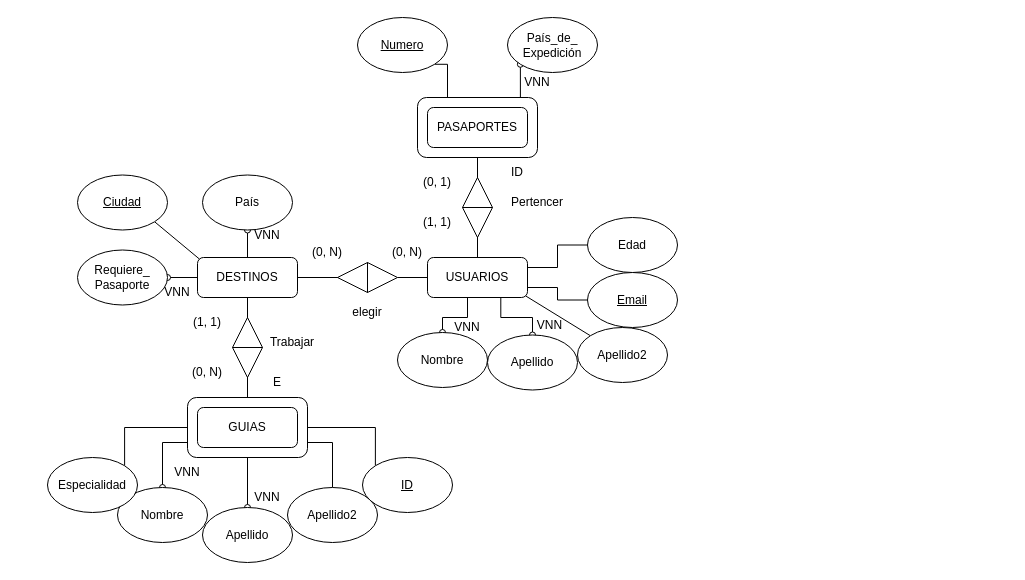
Above: Esquema_ER_viajes.drawio in josemunozIES/Proyecto-Intermodular (draw.io), before the change. Source tidied: cells renumbered, new cells numbered last; positions are measured from the earlier drawing's top-left corner, leaving out a move shared by most shapes. Both pictures are drawn from the tidied source at 100%, with x=0, y=0 at pixel (47, 17).
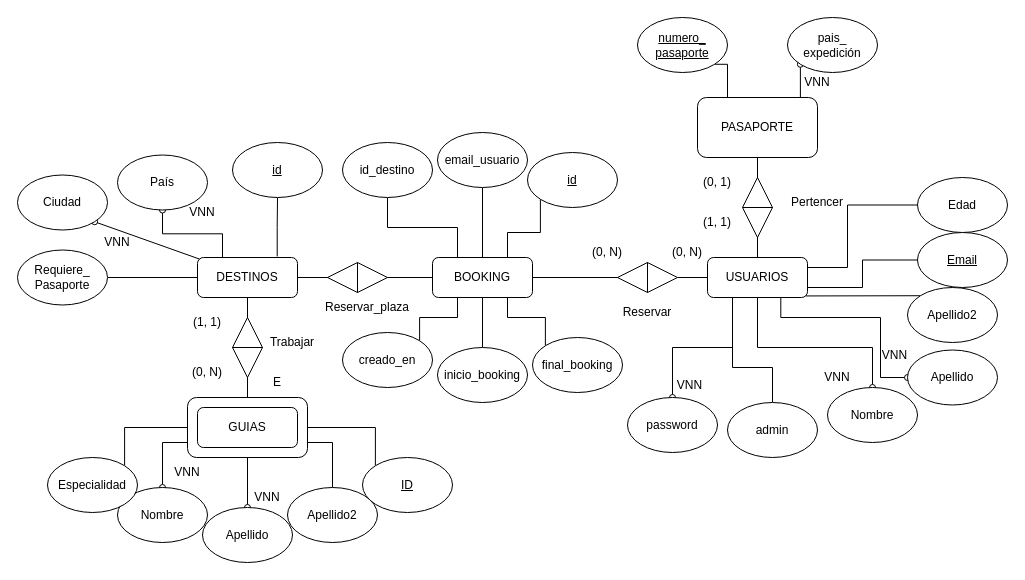
Above is the later version.

The change refers to these unchanged cells:
```xml
<mxCell id="9" value="DESTINOS" style="rounded=1;whiteSpace=wrap;html=1;" parent="1" vertex="1">
  <mxGeometry x="150" y="240" width="100" height="40" as="geometry" />
</mxCell>
```

Change to the diagram source:
```diff
@@
-    <mxCell id="3" style="rounded=1;whiteSpace=wrap;html=1;" parent="1" vertex="1">
-      <mxGeometry x="370" y="80" width="120" height="60" as="geometry" />
+    <mxCell id="3" value="PASAPORTE" style="rounded=1;whiteSpace=wrap;html=1;" parent="1" vertex="1">
+      <mxGeometry x="650" y="80" width="120" height="60" as="geometry" />
     </mxCell>
+    <mxCell id="66" style="edgeStyle=orthogonalEdgeStyle;rounded=0;jettySize=auto;html=1;exitX=0.25;exitY=1;exitDx=0;exitDy=0;entryX=0.5;entryY=0;entryDx=0;entryDy=0;endArrow=none;startFill=0;" parent="1" edge="1" source="4" target="87">
+      <mxGeometry relative="1" as="geometry">
+        <Array as="points">
+          <mxPoint x="685" y="350" />
+          <mxPoint x="725" y="350" />
+        </Array>
+      </mxGeometry>
+    </mxCell>
+    <mxCell id="67" style="edgeStyle=orthogonalEdgeStyle;rounded=0;jettySize=auto;html=1;exitX=0.25;exitY=1;exitDx=0;exitDy=0;entryX=0.5;entryY=0;entryDx=0;entryDy=0;endArrow=oval;endFill=0;" parent="1" edge="1" source="4" target="88">
+      <mxGeometry relative="1" as="geometry" />
+    </mxCell>
     <mxCell id="4" value="USUARIOS" style="rounded=1;whiteSpace=wrap;html=1;" parent="1" vertex="1">
-      <mxGeometry x="380" y="240" width="100" height="40" as="geometry" />
+      <mxGeometry x="660" y="240" width="100" height="40" as="geometry" />
     </mxCell>
@@
-    <mxCell id="6" value="PASAPORTES" style="rounded=1;whiteSpace=wrap;html=1;" parent="1" vertex="1">
-      <mxGeometry x="380" y="90" width="100" height="40" as="geometry" />
-    </mxCell>
@@
+    <mxCell id="68" style="edgeStyle=orthogonalEdgeStyle;rounded=0;jettySize=auto;html=1;exitX=1;exitY=0.5;exitDx=0;exitDy=0;entryX=0;entryY=0.5;entryDx=0;entryDy=0;endArrow=none;startFill=0;" parent="1" edge="1" source="9" target="73">
+      <mxGeometry relative="1" as="geometry" />
+    </mxCell>
+    <mxCell id="69" style="edgeStyle=orthogonalEdgeStyle;rounded=0;jettySize=auto;html=1;exitX=0.797;exitY=-0.026;exitDx=0;exitDy=0;entryX=0.5;entryY=0;entryDx=0;entryDy=0;exitPerimeter=0;endArrow=none;startFill=0;" parent="1" edge="1" source="9" target="75">
+      <mxGeometry relative="1" as="geometry" />
+    </mxCell>
@@
-    <mxCell id="11" style="edgeStyle=orthogonalEdgeStyle;rounded=0;jettySize=auto;html=1;exitX=1;exitY=0.5;exitDx=0;exitDy=0;endArrow=none;startFill=0;" parent="1" edge="1" source="9" target="12">
+    <mxCell id="11" style="edgeStyle=orthogonalEdgeStyle;rounded=0;jettySize=auto;html=1;exitX=1;exitY=0.5;exitDx=0;exitDy=0;endArrow=none;startFill=0;" parent="1" edge="1" source="73" target="12">
       <mxGeometry relative="1" as="geometry" />
     </mxCell>
-    <mxCell id="12" style="triangle;whiteSpace=wrap;html=1;" parent="1" vertex="1">
-      <mxGeometry x="320" y="245" width="30" height="30" as="geometry" />
+    <mxCell id="12" style="triangle;whiteSpace=wrap;html=1;fillColor=light-dark(#FFFFFF,#FFFFFF);" parent="1" vertex="1">
+      <mxGeometry x="600" y="245" width="30" height="30" as="geometry" />
     </mxCell>
     <mxCell id="13" style="triangle;whiteSpace=wrap;html=1;rotation=-180;" parent="1" vertex="1">
-      <mxGeometry x="290" y="245" width="30" height="30" as="geometry" />
+      <mxGeometry x="570" y="245" width="30" height="30" as="geometry" />
     </mxCell>
     <mxCell id="14" style="triangle;whiteSpace=wrap;html=1;direction=south;fillColor=light-dark(#FFFFFF,#FFFFFF);" parent="1" vertex="1">
-      <mxGeometry x="415" y="190" width="30" height="30" as="geometry" />
+      <mxGeometry x="695" y="190" width="30" height="30" as="geometry" />
     </mxCell>
     <mxCell id="15" style="triangle;whiteSpace=wrap;html=1;rotation=-180;direction=south;fillColor=light-dark(#FFFFFF,#FFFFFF);" parent="1" vertex="1">
-      <mxGeometry x="415" y="160" width="30" height="30" as="geometry" />
+      <mxGeometry x="695" y="160" width="30" height="30" as="geometry" />
     </mxCell>
@@
-    <mxCell id="18" value="elegir" style="text;html=1;align=center;verticalAlign=middle;whiteSpace=wrap;rounded=0;" parent="1" vertex="1">
-      <mxGeometry x="290" y="280" width="60" height="30" as="geometry" />
+    <mxCell id="18" value="Reservar" style="text;html=1;align=center;verticalAlign=middle;whiteSpace=wrap;rounded=0;" parent="1" vertex="1">
+      <mxGeometry x="570" y="280" width="60" height="30" as="geometry" />
     </mxCell>
     <mxCell id="19" value="(0, N)" style="text;html=1;align=center;verticalAlign=middle;whiteSpace=wrap;rounded=0;" parent="1" vertex="1">
-      <mxGeometry x="250" y="220" width="60" height="30" as="geometry" />
+      <mxGeometry x="530" y="220" width="60" height="30" as="geometry" />
     </mxCell>
     <mxCell id="20" value="(0, N)" style="text;html=1;align=center;verticalAlign=middle;whiteSpace=wrap;rounded=0;" parent="1" vertex="1">
-      <mxGeometry x="330" y="220" width="60" height="30" as="geometry" />
+      <mxGeometry x="610" y="220" width="60" height="30" as="geometry" />
     </mxCell>
-    <mxCell id="21" value="ID" style="text;html=1;align=center;verticalAlign=middle;whiteSpace=wrap;rounded=0;" parent="1" vertex="1">
-      <mxGeometry x="440" y="140" width="60" height="30" as="geometry" />
-    </mxCell>
     <mxCell id="22" value="Pertencer" style="text;html=1;align=center;verticalAlign=middle;whiteSpace=wrap;rounded=0;" parent="1" vertex="1">
-      <mxGeometry x="460" y="170" width="60" height="30" as="geometry" />
+      <mxGeometry x="740" y="170" width="60" height="30" as="geometry" />
     </mxCell>
     <mxCell id="23" value="(0, 1)" style="text;html=1;align=center;verticalAlign=middle;whiteSpace=wrap;rounded=0;" parent="1" vertex="1">
-      <mxGeometry x="360" y="150" width="60" height="30" as="geometry" />
+      <mxGeometry x="640" y="150" width="60" height="30" as="geometry" />
     </mxCell>
     <mxCell id="24" value="(1, 1)" style="text;html=1;align=center;verticalAlign=middle;whiteSpace=wrap;rounded=0;" parent="1" vertex="1">
-      <mxGeometry x="360" y="190" width="60" height="30" as="geometry" />
+      <mxGeometry x="640" y="190" width="60" height="30" as="geometry" />
     </mxCell>
@@
-    <mxCell id="29" style="edgeStyle=orthogonalEdgeStyle;rounded=0;orthogonalLoop=1;jettySize=auto;html=1;exitX=0.5;exitY=0;exitDx=0;exitDy=0;endArrow=oval;startFill=0;endFill=0;" parent="1" edge="1">
+    <mxCell id="29" style="edgeStyle=orthogonalEdgeStyle;rounded=0;jettySize=auto;html=1;exitX=0.5;exitY=1;exitDx=0;exitDy=0;endArrow=oval;startFill=0;endFill=0;entryX=0.5;entryY=0;entryDx=0;entryDy=0;" parent="1" edge="1" source="4" target="30">
       <mxGeometry relative="1" as="geometry">
-        <mxPoint x="420" y="280" as="sourcePoint" />
-        <mxPoint x="395" y="315" as="targetPoint" />
         <Array as="points">
-          <mxPoint x="420" y="280" />
-          <mxPoint x="420" y="300" />
-          <mxPoint x="395" y="300" />
+          <mxPoint x="710" y="330" />
+          <mxPoint x="825" y="330" />
         </Array>
       </mxGeometry>
     </mxCell>
     <mxCell id="30" value="Nombre" style="ellipse;whiteSpace=wrap;html=1;" parent="1" vertex="1">
-      <mxGeometry x="350" y="315" width="90" height="55" as="geometry" />
+      <mxGeometry x="780" y="370" width="90" height="55" as="geometry" />
     </mxCell>
-    <mxCell id="31" style="edgeStyle=orthogonalEdgeStyle;rounded=0;jettySize=auto;html=1;exitX=0.733;exitY=1.006;exitDx=0;exitDy=0;entryX=0.5;entryY=0;entryDx=0;entryDy=0;endArrow=oval;startFill=0;endFill=0;exitPerimeter=0;" parent="1" edge="1" source="4" target="32">
+    <mxCell id="31" style="edgeStyle=orthogonalEdgeStyle;rounded=0;jettySize=auto;html=1;exitX=0.733;exitY=1.006;exitDx=0;exitDy=0;entryX=0;entryY=0.5;entryDx=0;entryDy=0;endArrow=oval;startFill=0;endFill=0;exitPerimeter=0;" parent="1" edge="1" source="4" target="32">
       <mxGeometry relative="1" as="geometry">
         <Array as="points">
-          <mxPoint x="453" y="300" />
-          <mxPoint x="485" y="300" />
+          <mxPoint x="733" y="300" />
+          <mxPoint x="833" y="300" />
+          <mxPoint x="833" y="360" />
+          <mxPoint x="860" y="360" />
         </Array>
       </mxGeometry>
     </mxCell>
     <mxCell id="32" value="Apellido" style="ellipse;whiteSpace=wrap;html=1;" parent="1" vertex="1">
-      <mxGeometry x="440" y="317.5" width="90" height="55" as="geometry" />
+      <mxGeometry x="860" y="332.5" width="90" height="55" as="geometry" />
     </mxCell>
@@
     <mxCell id="34" value="Apellido2" style="ellipse;whiteSpace=wrap;html=1;" parent="1" vertex="1">
-      <mxGeometry x="530" y="310" width="90" height="55" as="geometry" />
+      <mxGeometry x="860" y="270" width="90" height="55" as="geometry" />
     </mxCell>
@@
     <mxCell id="41" style="edgeStyle=orthogonalEdgeStyle;rounded=0;jettySize=auto;html=1;exitX=0;exitY=0.5;exitDx=0;exitDy=0;entryX=1;entryY=0.25;entryDx=0;entryDy=0;endArrow=none;startFill=0;" parent="1" edge="1" source="42" target="4">
-      <mxGeometry relative="1" as="geometry" />
+      <mxGeometry relative="1" as="geometry">
+        <Array as="points">
+          <mxPoint x="800" y="188" />
+          <mxPoint x="800" y="250" />
+        </Array>
+      </mxGeometry>
     </mxCell>
     <mxCell id="42" value="Edad" style="ellipse;whiteSpace=wrap;html=1;" parent="1" vertex="1">
-      <mxGeometry x="540" y="200" width="90" height="55" as="geometry" />
+      <mxGeometry x="870" y="160" width="90" height="55" as="geometry" />
     </mxCell>
@@
     <mxCell id="44" value="&lt;u&gt;Email&lt;/u&gt;" style="ellipse;whiteSpace=wrap;html=1;" parent="1" vertex="1">
-      <mxGeometry x="540" y="255" width="90" height="55" as="geometry" />
+      <mxGeometry x="870" y="215" width="90" height="55" as="geometry" />
     </mxCell>
-    <mxCell id="45" style="rounded=0;jettySize=auto;html=1;exitX=1;exitY=1;exitDx=0;exitDy=0;entryX=0.019;entryY=0.038;entryDx=0;entryDy=0;entryPerimeter=0;endArrow=none;startFill=0;" parent="1" edge="1" source="46" target="9">
+    <mxCell id="45" style="rounded=0;jettySize=auto;html=1;exitX=0.019;exitY=0.038;exitDx=0;exitDy=0;entryX=1;entryY=1;entryDx=0;entryDy=0;endArrow=oval;startFill=0;endFill=0;exitPerimeter=0;" parent="1" edge="1" source="9" target="46">
       <mxGeometry relative="1" as="geometry" />
     </mxCell>
-    <mxCell id="46" value="&lt;u&gt;Ciudad&lt;/u&gt;" style="ellipse;whiteSpace=wrap;html=1;" parent="1" vertex="1">
-      <mxGeometry x="30" y="157.5" width="90" height="55" as="geometry" />
+    <mxCell id="46" value="Ciudad" style="ellipse;whiteSpace=wrap;html=1;" parent="1" vertex="1">
+      <mxGeometry x="-30" y="157.5" width="90" height="55" as="geometry" />
     </mxCell>
-    <mxCell id="47" style="edgeStyle=orthogonalEdgeStyle;rounded=0;jettySize=auto;html=1;exitX=0;exitY=0.5;exitDx=0;exitDy=0;entryX=1;entryY=0.5;entryDx=0;entryDy=0;endArrow=oval;startFill=0;endFill=0;" parent="1" edge="1" source="9" target="48">
+    <mxCell id="47" style="edgeStyle=orthogonalEdgeStyle;rounded=0;jettySize=auto;html=1;exitX=0;exitY=0.5;exitDx=0;exitDy=0;entryX=1;entryY=0.5;entryDx=0;entryDy=0;endArrow=none;startFill=0;endFill=0;" parent="1" edge="1" source="9" target="48">
       <mxGeometry relative="1" as="geometry" />
     </mxCell>
     <mxCell id="48" value="Requiere_&lt;div&gt;Pasaporte&lt;/div&gt;" style="ellipse;whiteSpace=wrap;html=1;" parent="1" vertex="1">
-      <mxGeometry x="30" y="232.5" width="90" height="55" as="geometry" />
+      <mxGeometry x="-30" y="232.5" width="90" height="55" as="geometry" />
     </mxCell>
-    <mxCell id="49" style="edgeStyle=orthogonalEdgeStyle;rounded=0;jettySize=auto;html=1;exitX=0.5;exitY=0;exitDx=0;exitDy=0;entryX=0.5;entryY=0;entryDx=0;entryDy=0;endArrow=oval;startFill=0;endFill=0;" parent="1" edge="1" source="9" target="50">
+    <mxCell id="49" style="edgeStyle=orthogonalEdgeStyle;rounded=0;jettySize=auto;html=1;exitX=0.25;exitY=0;exitDx=0;exitDy=0;entryX=0.5;entryY=0;entryDx=0;entryDy=0;endArrow=oval;startFill=0;endFill=0;" parent="1" edge="1" source="9" target="50">
       <mxGeometry relative="1" as="geometry" />
     </mxCell>
     <mxCell id="50" value="País" style="ellipse;whiteSpace=wrap;html=1;direction=west;" parent="1" vertex="1">
-      <mxGeometry x="155" y="157.5" width="90" height="55" as="geometry" />
+      <mxGeometry x="70" y="137.5" width="90" height="55" as="geometry" />
     </mxCell>
@@
-    <mxCell id="52" value="&lt;u&gt;Numero&lt;/u&gt;" style="ellipse;whiteSpace=wrap;html=1;" parent="1" vertex="1">
-      <mxGeometry x="310" width="90" height="55" as="geometry" />
+    <mxCell id="52" value="&lt;u&gt;numero_&lt;/u&gt;&lt;div&gt;&lt;u&gt;pasaporte&lt;/u&gt;&lt;/div&gt;" style="ellipse;whiteSpace=wrap;html=1;" parent="1" vertex="1">
+      <mxGeometry x="590" width="90" height="55" as="geometry" />
     </mxCell>
@@
-    <mxCell id="54" value="País_de_&lt;div&gt;Expedición&lt;/div&gt;" style="ellipse;whiteSpace=wrap;html=1;" parent="1" vertex="1">
-      <mxGeometry x="460" width="90" height="55" as="geometry" />
+    <mxCell id="54" value="pais_&lt;div&gt;expedición&lt;/div&gt;" style="ellipse;whiteSpace=wrap;html=1;" parent="1" vertex="1">
+      <mxGeometry x="740" width="90" height="55" as="geometry" />
     </mxCell>
@@
     <mxCell id="59" value="VNN" style="text;html=1;align=center;verticalAlign=middle;whiteSpace=wrap;rounded=0;" parent="1" vertex="1">
-      <mxGeometry x="100" y="260" width="60" height="30" as="geometry" />
+      <mxGeometry x="40" y="210" width="60" height="30" as="geometry" />
     </mxCell>
@@
     <mxCell id="62" value="VNN" style="text;html=1;align=center;verticalAlign=middle;whiteSpace=wrap;rounded=0;" parent="1" vertex="1">
-      <mxGeometry x="390" y="300" width="60" height="20" as="geometry" />
+      <mxGeometry x="760" y="350" width="60" height="20" as="geometry" />
     </mxCell>
     <mxCell id="63" value="VNN" style="text;html=1;align=center;verticalAlign=middle;whiteSpace=wrap;rounded=0;" parent="1" vertex="1">
-      <mxGeometry x="475" y="295" width="55" height="25" as="geometry" />
+      <mxGeometry x="820" y="325" width="55" height="25" as="geometry" />
     </mxCell>
     <mxCell id="64" value="VNN" style="text;html=1;align=center;verticalAlign=middle;whiteSpace=wrap;rounded=0;" parent="1" vertex="1">
-      <mxGeometry x="460" y="50" width="60" height="30" as="geometry" />
+      <mxGeometry x="740" y="50" width="60" height="30" as="geometry" />
     </mxCell>
     <mxCell id="65" value="VNN" style="text;html=1;align=center;verticalAlign=middle;whiteSpace=wrap;rounded=0;" parent="1" vertex="1">
-      <mxGeometry x="190" y="202.5" width="60" height="30" as="geometry" />
+      <mxGeometry x="125" y="180" width="60" height="30" as="geometry" />
     </mxCell>
+    <mxCell id="70" style="edgeStyle=orthogonalEdgeStyle;rounded=0;jettySize=auto;html=1;exitX=0.25;exitY=0;exitDx=0;exitDy=0;entryX=0.5;entryY=0;entryDx=0;entryDy=0;endArrow=none;startFill=0;" parent="1" edge="1" source="73" target="74">
+      <mxGeometry relative="1" as="geometry" />
+    </mxCell>
+    <mxCell id="71" style="edgeStyle=orthogonalEdgeStyle;rounded=0;jettySize=auto;html=1;exitX=0.5;exitY=0;exitDx=0;exitDy=0;entryX=0.5;entryY=1;entryDx=0;entryDy=0;endArrow=none;startFill=0;" parent="1" edge="1" source="73">
+      <mxGeometry relative="1" as="geometry">
+        <mxPoint x="435" y="170" as="targetPoint" />
+      </mxGeometry>
+    </mxCell>
+    <mxCell id="72" style="edgeStyle=orthogonalEdgeStyle;rounded=0;jettySize=auto;html=1;exitX=0.75;exitY=0;exitDx=0;exitDy=0;entryX=1;entryY=0;entryDx=0;entryDy=0;endArrow=none;startFill=0;" parent="1" edge="1" source="73" target="77">
+      <mxGeometry relative="1" as="geometry" />
+    </mxCell>
+    <mxCell id="73" value="BOOKING" style="rounded=1;whiteSpace=wrap;html=1;" parent="1" vertex="1">
+      <mxGeometry x="385" y="240" width="100" height="40" as="geometry" />
+    </mxCell>
+    <mxCell id="74" value="id_destino" style="ellipse;whiteSpace=wrap;html=1;direction=west;" parent="1" vertex="1">
+      <mxGeometry x="295" y="125" width="90" height="55" as="geometry" />
+    </mxCell>
+    <mxCell id="75" value="&lt;u&gt;id&lt;/u&gt;" style="ellipse;whiteSpace=wrap;html=1;direction=west;" parent="1" vertex="1">
+      <mxGeometry x="185" y="125" width="90" height="55" as="geometry" />
+    </mxCell>
+    <mxCell id="76" value="email_usuario" style="ellipse;whiteSpace=wrap;html=1;direction=west;" parent="1" vertex="1">
+      <mxGeometry x="390" y="115" width="90" height="55" as="geometry" />
+    </mxCell>
+    <mxCell id="77" value="&lt;u&gt;id&lt;/u&gt;" style="ellipse;whiteSpace=wrap;html=1;direction=west;" parent="1" vertex="1">
+      <mxGeometry x="480" y="135" width="90" height="55" as="geometry" />
+    </mxCell>
+    <mxCell id="78" style="edgeStyle=orthogonalEdgeStyle;rounded=0;jettySize=auto;html=1;exitX=0.5;exitY=1;exitDx=0;exitDy=0;entryX=0.5;entryY=1;entryDx=0;entryDy=0;endArrow=none;startFill=0;" parent="1" edge="1" source="79" target="73">
+      <mxGeometry relative="1" as="geometry" />
+    </mxCell>
+    <mxCell id="79" value="inicio_booking" style="ellipse;whiteSpace=wrap;html=1;direction=west;" parent="1" vertex="1">
+      <mxGeometry x="390" y="330" width="90" height="55" as="geometry" />
+    </mxCell>
+    <mxCell id="80" style="edgeStyle=orthogonalEdgeStyle;rounded=0;jettySize=auto;html=1;exitX=1;exitY=1;exitDx=0;exitDy=0;entryX=0.75;entryY=1;entryDx=0;entryDy=0;endArrow=none;startFill=0;" parent="1" edge="1" source="81" target="73">
+      <mxGeometry relative="1" as="geometry" />
+    </mxCell>
+    <mxCell id="81" value="final_booking" style="ellipse;whiteSpace=wrap;html=1;direction=west;" parent="1" vertex="1">
+      <mxGeometry x="485" y="320" width="90" height="55" as="geometry" />
+    </mxCell>
+    <mxCell id="82" style="edgeStyle=orthogonalEdgeStyle;rounded=0;jettySize=auto;html=1;exitX=0;exitY=1;exitDx=0;exitDy=0;entryX=0.25;entryY=1;entryDx=0;entryDy=0;endArrow=none;startFill=0;" parent="1" edge="1" source="83" target="73">
+      <mxGeometry relative="1" as="geometry">
+        <Array as="points">
+          <mxPoint x="372" y="300" />
+          <mxPoint x="410" y="300" />
+        </Array>
+      </mxGeometry>
+    </mxCell>
+    <mxCell id="83" value="creado_en" style="ellipse;whiteSpace=wrap;html=1;direction=west;" parent="1" vertex="1">
+      <mxGeometry x="295" y="315" width="90" height="55" as="geometry" />
+    </mxCell>
+    <mxCell id="84" style="triangle;whiteSpace=wrap;html=1;fillColor=light-dark(#FFFFFF,#000000);" parent="1" vertex="1">
+      <mxGeometry x="310" y="245" width="30" height="30" as="geometry" />
+    </mxCell>
+    <mxCell id="85" style="triangle;whiteSpace=wrap;html=1;rotation=-180;fillColor=light-dark(#FFFFFF,#FFFFFF);" parent="1" vertex="1">
+      <mxGeometry x="280" y="245" width="30" height="30" as="geometry" />
+    </mxCell>
+    <mxCell id="86" value="Reservar_plaza" style="text;html=1;align=center;verticalAlign=middle;whiteSpace=wrap;rounded=0;" parent="1" vertex="1">
+      <mxGeometry x="290" y="275" width="60" height="30" as="geometry" />
+    </mxCell>
+    <mxCell id="87" value="admin" style="ellipse;whiteSpace=wrap;html=1;" parent="1" vertex="1">
+      <mxGeometry x="680" y="385" width="90" height="55" as="geometry" />
+    </mxCell>
+    <mxCell id="88" value="password" style="ellipse;whiteSpace=wrap;html=1;" parent="1" vertex="1">
+      <mxGeometry x="580" y="380" width="90" height="55" as="geometry" />
+    </mxCell>
+    <mxCell id="89" value="VNN" style="text;html=1;align=center;verticalAlign=middle;whiteSpace=wrap;rounded=0;" parent="1" vertex="1">
+      <mxGeometry x="615" y="355" width="55" height="25" as="geometry" />
+    </mxCell>
```
